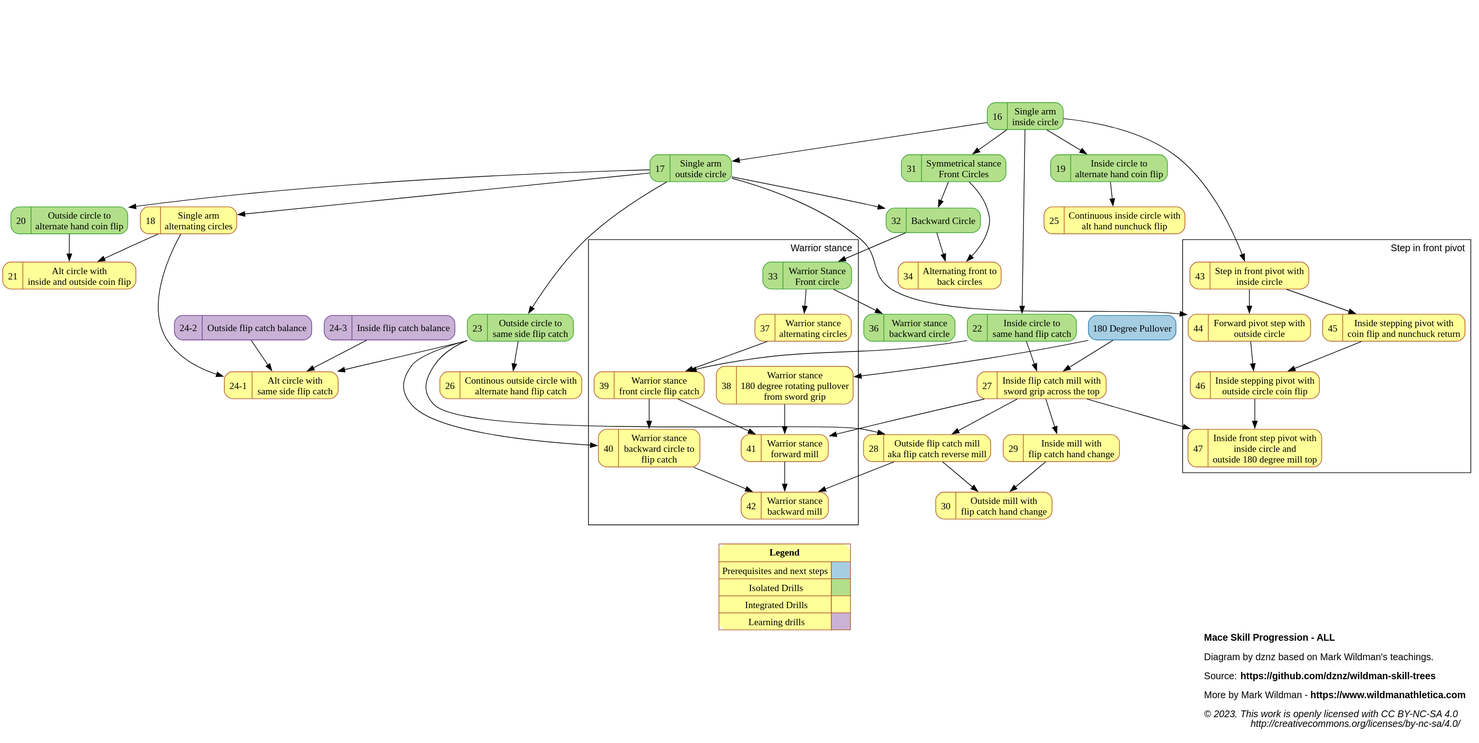
Before: dist/mace_sa_progression.svg, a diagram exported from PlantUML (dznz/wildman-skill-trees). Its source is kept beside it as src/mace/mace_sa_progression.puml. Its diagram source:
```plantuml
@startdot mace_sa_progression
digraph mace_sa_progression {

  label=<
<B>Mace Skill Progression - ALL</B><BR ALIGN="LEFT"/><BR ALIGN="LEFT"/>
Diagram by dznz based on Mark Wildman's teachings.<BR ALIGN="LEFT"/><BR ALIGN="LEFT"/>
Source: <B>https://github.com/dznz/wildman-skill-trees</B><BR ALIGN="LEFT"/><BR ALIGN="LEFT"/>
More by Mark Wildman - <B>https://www.wildmanathletica.com</B><BR ALIGN="LEFT"/><BR ALIGN="LEFT"/>
<I>
© 2023. This work is openly licensed with CC BY-NC-SA 4.0<BR ALIGN="RIGHT"/>
http://creativecommons.org/licenses/by-nc-sa/4.0/<BR ALIGN="RIGHT"/>
</I>
  >
  graph [labeljust=r]
  graph [fontname="Helvetica,Arial,sans-serif"]

  node [colorscheme="paired12"]
  node [shape=record]
  node [style="rounded,filled"]
  node [color=12, fillcolor=11]

  subgraph aux {
    node [color=10, fillcolor=9]
    mov_242_outflip; mov_243_inflip
  }

  subgraph ext {
    node [color=2, fillcolor=1]
    ext_180pull [label="180 Degree Pullover"]
  }

  subgraph isolated {
    node [color=4, fillcolor=3]
    mov_16_saincircle, mov_17_saoutcircle, mov_19_incircle2altcoin, mov_20_outcircle2altcoin, mov_22_incircle2sameflip, mov_23_outcircle2sameflip, mov_242_outflip, mov_243_inflip, mov_31_frcircle, mov_32_bkcircle, mov_33_warfrcircle, mov_36_warbkcircle
  }

mov_16_saincircle             [label="{{16  |Single arm\ninside circle}}"                     URL="https://www.youtube.com/watch?v=MSt1cYAiLzI" ]
mov_17_saoutcircle            [label="{{17  |Single arm\noutside circle}}"                    URL="https://www.youtube.com/watch?v=ZuaKcM41dP4" ]
mov_18_saaltcircle            [label="{{18  |Single arm\nalternating circles}}"               URL="https://www.youtube.com/watch?v=XWIFyifqSr8" ]
mov_19_incircle2altcoin       [label="{{19  |Inside circle to\nalternate hand coin flip}}"    URL="https://www.youtube.com/watch?v=opgqoNcD1Ds" ]
mov_20_outcircle2altcoin      [label="{{20  |Outside circle to\nalternate hand coin flip}}"   URL="https://www.youtube.com/watch?v=qX0nE-3VMN0" ]
mov_21_altcirclewinandoutcoin [label="{{21  |Alt circle with\ninside and outside coin flip}}" URL="https://www.youtube.com/watch?v=as46Zm9oibE" ]
mov_22_incircle2sameflip      [label="{{22  |Inside circle to\nsame hand flip catch}}"        URL="https://www.youtube.com/watch?v=xlClTZRbmc0" ]
mov_23_outcircle2sameflip     [label="{{23  |Outside circle to\nsame side flip catch}}"       URL="https://www.youtube.com/watch?v=UwR4uFqvUyY" ]
mov_241_altcircle2sameflip    [label="{{24-1|Alt circle with\nsame side flip catch}}"         URL="https://www.youtube.com/watch?v=T5x3xsfHqs8" ]
mov_242_outflip               [label="{{24-2|Outside flip catch balance}}"                    URL="https://www.youtube.com/watch?v=T5x3xsfHqs8" ]

mov_243_inflip                [label="{{24-3|Inside flip catch balance}}"                                URL="https://www.youtube.com/watch?v=T5x3xsfHqs8" ]
mov_25_cincirclewaltnunchuck  [label="{{25  |Continuous inside circle with\nalt hand nunchuck flip}}"    URL="https://www.youtube.com/watch?v=rCgrNJLsrBM" ]
mov_26_coutcirclewaltflip     [label="{{26  |Continous outside circle with\nalternate hand flip catch}}" URL="https://www.youtube.com/watch?v=T5lfsHi1rDY" ]
mov_27_inflip180pull          [label="{{27  |Inside flip catch mill with\nsword grip across the top}}"   URL="https://www.youtube.com/watch?v=uFsPwnClx-M" ]
mov_28_outflipmill            [label="{{28  |Outside flip catch mill\naka flip catch reverse mill}}"     URL="https://www.youtube.com/watch?v=jKbelC2dZVo" ];
mov_29_inmillwflip            [label="{{29  |Inside mill with\nflip catch hand change}}"                 URL="https://www.youtube.com/watch?v=Hmk80iWQHjM" ];
mov_30_outmillwflip           [label="{{30  |Outside mill with\nflip catch hand change}}"                URL="https://www.youtube.com/watch?v=aIxKwvzj9Hk" ];
mov_31_frcircle               [label="{{31  |Symmetrical stance\nFront Circles}}"                        URL="https://www.youtube.com/watch?v=ULozVN0nz_U" ];
mov_32_bkcircle               [label="{{32  |Backward Circle}}"                                          URL="https://www.youtube.com/watch?v=KSja97kaEHY" ];
mov_33_warfrcircle            [label="{{33  |Warrior Stance\nFront circle}}"                             URL="https://www.youtube.com/watch?v=-4GMydVrlSk" ];

mov_34_altfrbkcircle          [label="{{34  |Alternating front to\nback circles}}"                            URL="https://www.youtube.com/watch?v=MsrcRGT0YzA" ];

mov_36_warbkcircle            [label="{{36  |Warrior stance\nbackward circle}}"                               URL="https://www.youtube.com/watch?v=ZfGdlIsWKXQ" ];
mov_37_waraltcircle           [label="{{37  |Warrior stance\nalternating circles}}"                           URL="https://www.youtube.com/watch?v=h_wcGKGlCus" ];
mov_38_war180pull             [label="{{38  |Warrior stance\n180 degree rotating pullover\nfrom sword grip}}" URL="https://www.youtube.com/watch?v=P5lbQmeVZn8" ];
mov_39_warfrcircleflip        [label="{{39  |Warrior stance\nfront circle flip catch}}"                       URL="https://www.youtube.com/watch?v=8hvIwt9EshQ" ];
mov_40_warbkcircleflip        [label="{{40  |Warrior stance\nbackward circle to\nflip catch}}"                URL="https://www.youtube.com/watch?v=Eb5Ci22BqmI" ];
mov_41_warfwdmill             [label="{{41  |Warrior stance\nforward mill}}"                                  URL="https://www.youtube.com/watch?v=ydXgS363htk" ];
mov_42_warbwdmill             [label="{{42  |Warrior stance\nbackward mill}}"                                 URL="https://www.youtube.com/watch?v=HaQqkf-cSHE" ];
mov_43_sifpivotwincircle      [label="{{43  |Step in front pivot with\ninside circle}}"                       URL="https://www.youtube.com/watch?v=i2Zj4t-uIB8" ];

mov_44_sifpivotwoutcircle      [label="{{44  |Forward pivot step with\noutside circle}}"                                      URL="https://www.youtube.com/watch?v=VqW8JavN1g4" ];
mov_45_sifpivotwflip           [label="{{45  |Inside stepping pivot with\ncoin flip and nunchuck return}}"                    URL="https://www.youtube.com/watch?v=vU-BHGVejhs" ];
mov_46_sifpivotwoutcircleflip  [label="{{46  |Inside stepping pivot with\noutside circle coin flip}}"                         URL="https://www.youtube.com/watch?v=YSHMJu7VWkg" ];
mov_47_sifpivotwincircleout180 [label="{{47  |Inside front step pivot with\ninside circle and\noutside 180 degree mill top}}" URL="https://www.youtube.com/watch?v=zuen0CLdwMU" ];


    // Precursor
    ext_180pull -> mov_27_inflip180pull

    // Core standing movements
    subgraph custer_symmetric {
      label="Isolated symmetric stance"
      mov_16_saincircle -> mov_17_saoutcircle;
      mov_16_saincircle -> mov_19_incircle2altcoin
      mov_17_saoutcircle -> mov_20_outcircle2altcoin
      mov_16_saincircle -> mov_22_incircle2sameflip
      mov_17_saoutcircle -> mov_23_outcircle2sameflip
    }
    // Connections from isolated symmetric to integrated
    mov_17_saoutcircle -> mov_18_saaltcircle;
    mov_19_incircle2altcoin -> mov_25_cincirclewaltnunchuck
    mov_23_outcircle2sameflip -> mov_26_coutcirclewaltflip
    mov_20_outcircle2altcoin -> mov_21_altcirclewinandoutcoin
    mov_23_outcircle2sameflip -> mov_241_altcircle2sameflip
    mov_22_incircle2sameflip -> mov_27_inflip180pull
    mov_23_outcircle2sameflip -> mov_28_outflipmill
    subgraph custer_symmetric2 {
      label="Integrated symmetric stance"
      mov_26_coutcirclewaltflip
      mov_25_cincirclewaltnunchuck
      mov_18_saaltcircle -> mov_21_altcirclewinandoutcoin
      {mov_242_outflip; mov_243_inflip} -> mov_241_altcircle2sameflip;
      mov_18_saaltcircle -> mov_241_altcircle2sameflip
      mov_27_inflip180pull -> mov_29_inmillwflip
      mov_27_inflip180pull -> mov_28_outflipmill
      {mov_28_outflipmill, mov_29_inmillwflip} -> mov_30_outmillwflip
    }

    // Precursor to warrior stance
    subgraph custer_frbk {
      label="Front & Back Circles"
      mov_16_saincircle -> mov_31_frcircle -> mov_32_bkcircle -> mov_34_altfrbkcircle;
      mov_17_saoutcircle -> mov_32_bkcircle;
      mov_31_frcircle -> mov_34_altfrbkcircle;
    }
    mov_32_bkcircle -> mov_33_warfrcircle

    subgraph cluster_war {
      label="Warrior stance"
      mov_33_warfrcircle -> mov_36_warbkcircle -> mov_37_waraltcircle;
      mov_33_warfrcircle -> mov_37_waraltcircle;
      mov_37_waraltcircle -> mov_39_warfrcircleflip -> mov_40_warbkcircleflip
      {mov_38_war180pull,mov_39_warfrcircleflip} -> mov_41_warfwdmill
      {mov_41_warfwdmill,mov_40_warbkcircleflip} -> mov_42_warbwdmill
    }
    ext_180pull -> mov_38_war180pull
    mov_22_incircle2sameflip -> mov_39_warfrcircleflip
    mov_23_outcircle2sameflip -> mov_40_warbkcircleflip
    mov_27_inflip180pull -> mov_41_warfwdmill
    mov_28_outflipmill -> mov_42_warbwdmill

    mov_16_saincircle -> mov_43_sifpivotwincircle
    mov_17_saoutcircle -> mov_44_sifpivotwoutcircle
    mov_27_inflip180pull -> mov_47_sifpivotwincircleout180
    subgraph cluster_sifpivot {
      label="Step in front pivot"
      mov_43_sifpivotwincircle -> mov_44_sifpivotwoutcircle
      mov_43_sifpivotwincircle -> mov_45_sifpivotwflip
      mov_44_sifpivotwoutcircle -> mov_46_sifpivotwoutcircleflip
      mov_45_sifpivotwflip -> mov_46_sifpivotwoutcircleflip
      mov_46_sifpivotwoutcircleflip -> mov_47_sifpivotwincircleout180
    }
    {rank=same;mov_23_outcircle2sameflip;mov_36_warbkcircle}







// LAYOUT HACKS

  {
    node [style=invis]
    edge [style=invis]

    mov_15_3602bar2sq -> lay_end2h -> mov_16_saincircle
  }



// END LAYOUT HACKS

  { rank = sink;
    Legend [shape=none, margin=0, label=<
    <TABLE BORDER="0" CELLBORDER="1" CELLSPACING="0" CELLPADDING="4">
     <TR>
      <TD COLSPAN="2"><B>Legend</B></TD>
     </TR>
     <TR>
      <TD>Prerequisites and next steps</TD>
      <TD BGCOLOR="1">&nbsp;&nbsp;&nbsp;&nbsp;&nbsp;</TD>
     </TR>
     <TR>
      <TD>Isolated Drills</TD>
      <TD BGCOLOR="3"></TD>
     </TR>
     <TR>
      <TD>Integrated Drills</TD>
      <TD BGCOLOR="11"></TD>
     </TR>
     <TR>
      <TD>Learning drills</TD>
      <TD BGCOLOR="9"></TD>
     </TR>
    </TABLE>
   >];
  }
}
@enddot
```
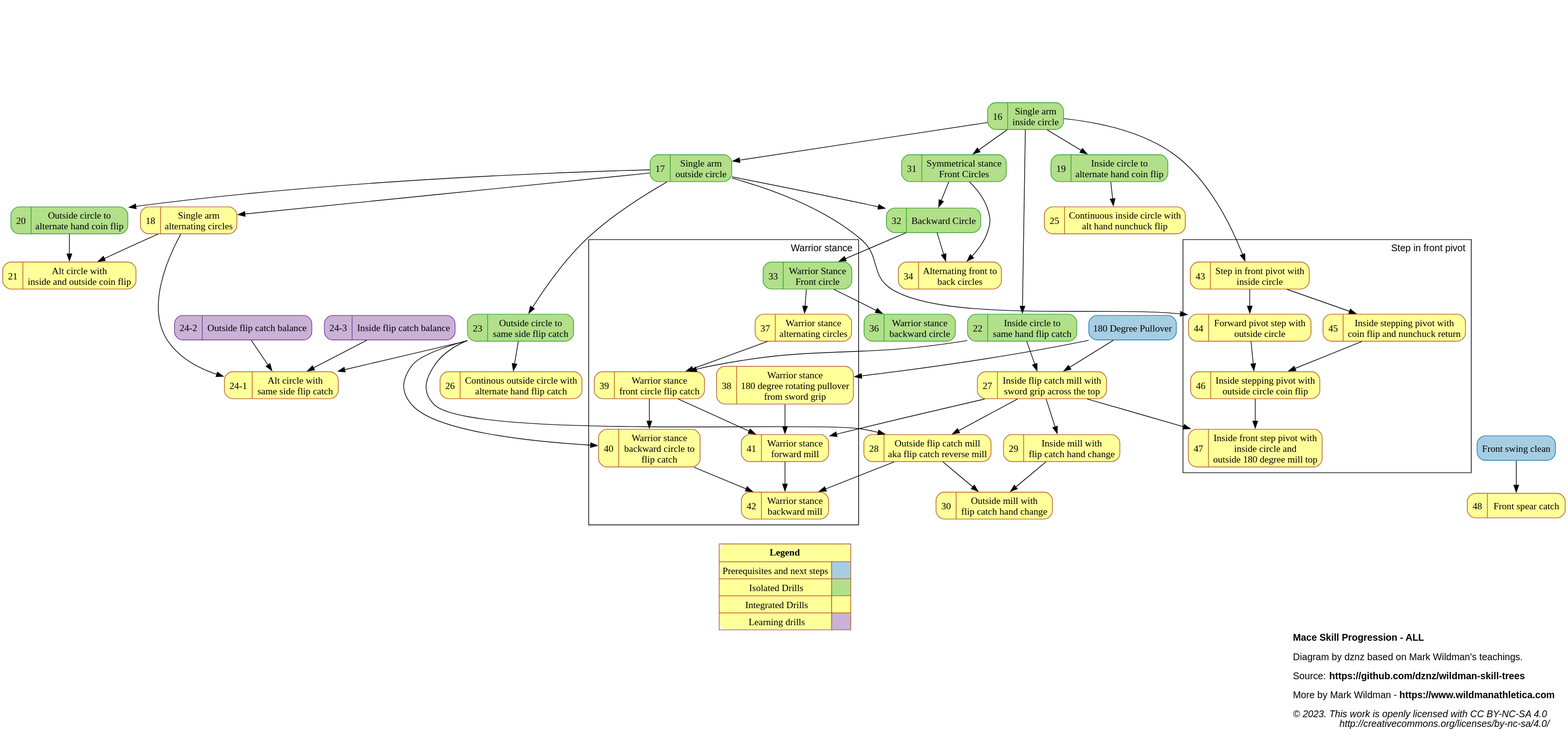
The same diagram one commit later.

Commit message:
feat(mace_progression): add M-48

Diff of the diagram source:
```diff
@@ -27,6 +27,7 @@
   subgraph ext {
     node [color=2, fillcolor=1]
     ext_180pull [label="180 Degree Pullover"]
+    ext_frswingclean [label="Front swing clean"]
   }
 
   subgraph isolated {
@@ -71,6 +72,7 @@
 mov_45_sifpivotwflip           [label="{{45  |Inside stepping pivot with\ncoin flip and nunchuck return}}"                    URL="https://www.youtube.com/watch?v=vU-BHGVejhs" ];
 mov_46_sifpivotwoutcircleflip  [label="{{46  |Inside stepping pivot with\noutside circle coin flip}}"                         URL="https://www.youtube.com/watch?v=YSHMJu7VWkg" ];
 mov_47_sifpivotwincircleout180 [label="{{47  |Inside front step pivot with\ninside circle and\noutside 180 degree mill top}}" URL="https://www.youtube.com/watch?v=zuen0CLdwMU" ];
+mov_48_frspear                 [label="{{48  |Front spear catch}}"                                                            URL="https://www.youtube.com/watch?v=hwQlmjHQsrg" ];
 
 
     // Precursor
@@ -139,6 +141,8 @@
       mov_45_sifpivotwflip -> mov_46_sifpivotwoutcircleflip
       mov_46_sifpivotwoutcircleflip -> mov_47_sifpivotwincircleout180
     }
+    ext_frswingclean -> mov_48_frspear
+
     {rank=same;mov_23_outcircle2sameflip;mov_36_warbkcircle}
 
 
```
